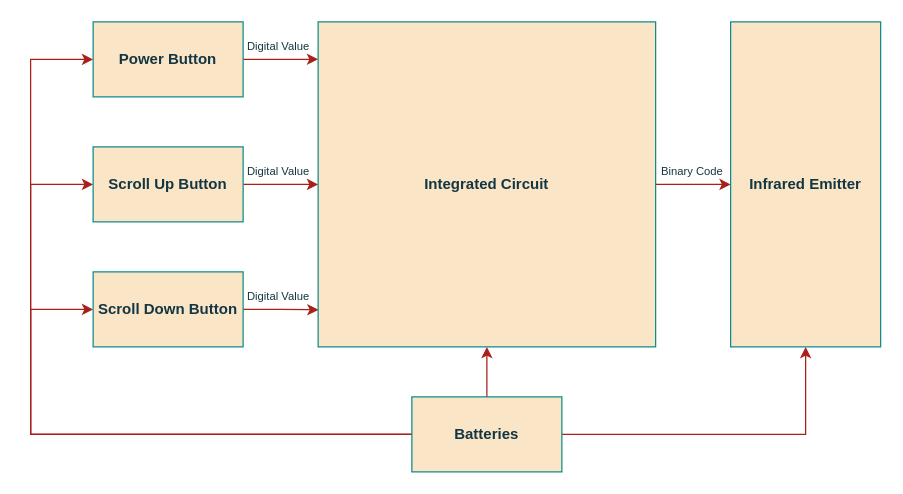
The draw.io diagram page "HW_Arch" (3 of 7) of tv_remote/problem_statement.drawio in ESRGgroup9/slipad, before the edit. Source tidied: cells renumbered, new cells numbered last; positions are measured from the earlier drawing's top-left corner, leaving out a move shared by most shapes. Both pictures are drawn from the tidied source at 125%, with x=0, y=0 at pixel (30, 21).
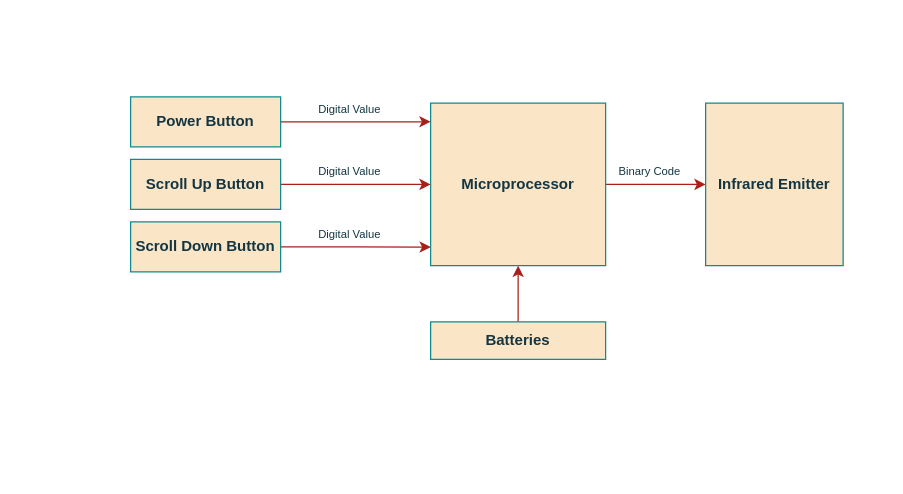
The same page after the edit.

What changed in the source:
```diff
@@
-    <mxCell id="2" style="edgeStyle=orthogonalEdgeStyle;rounded=0;jettySize=auto;html=1;exitX=1;exitY=0.5;exitDx=0;exitDy=0;entryX=0.5;entryY=1;entryDx=0;entryDy=0;labelBackgroundColor=#DAD2D8;strokeColor=#A8201A;fontColor=#143642;" parent="1" edge="1" source="7" target="12">
-      <mxGeometry relative="1" as="geometry" />
-    </mxCell>
-    <mxCell id="3" style="edgeStyle=orthogonalEdgeStyle;rounded=0;jettySize=auto;html=1;exitX=0;exitY=0.5;exitDx=0;exitDy=0;labelBackgroundColor=#DAD2D8;strokeColor=#A8201A;fontColor=#143642;" parent="1" edge="1" source="7" target="9">
-      <mxGeometry relative="1" as="geometry">
-        <Array as="points">
-          <mxPoint y="330" />
-          <mxPoint y="230" />
-        </Array>
-      </mxGeometry>
-    </mxCell>
@@
-    <mxCell id="5" style="edgeStyle=orthogonalEdgeStyle;rounded=0;jettySize=auto;html=1;exitX=0;exitY=0.5;exitDx=0;exitDy=0;entryX=0;entryY=0.5;entryDx=0;entryDy=0;labelBackgroundColor=#DAD2D8;strokeColor=#A8201A;fontColor=#143642;" parent="1" edge="1" source="7" target="14">
-      <mxGeometry relative="1" as="geometry">
-        <Array as="points">
-          <mxPoint y="330" />
-          <mxPoint y="130" />
-        </Array>
-      </mxGeometry>
-    </mxCell>
-    <mxCell id="6" style="edgeStyle=orthogonalEdgeStyle;rounded=0;jettySize=auto;html=1;exitX=0;exitY=0.5;exitDx=0;exitDy=0;entryX=0;entryY=0.5;entryDx=0;entryDy=0;labelBackgroundColor=#DAD2D8;strokeColor=#A8201A;fontColor=#143642;" parent="1" edge="1" source="7" target="16">
-      <mxGeometry relative="1" as="geometry">
-        <Array as="points">
-          <mxPoint y="330" />
-          <mxPoint y="30" />
-        </Array>
-      </mxGeometry>
-    </mxCell>
     <mxCell id="7" value="Batteries" style="rounded=0;whiteSpace=wrap;html=1;fillColor=#FAE5C7;strokeColor=#0F8B8D;fontColor=#143642;fontStyle=1;" parent="1" vertex="1">
-      <mxGeometry x="305" y="300" width="120" height="60" as="geometry" />
+      <mxGeometry x="320" y="240" width="140" height="30" as="geometry" />
     </mxCell>
@@
     <mxCell id="9" value="Scroll Down Button" style="rounded=0;whiteSpace=wrap;html=1;fillColor=#FAE5C7;strokeColor=#0F8B8D;fontColor=#143642;fontStyle=1;" parent="1" vertex="1">
-      <mxGeometry x="50" y="200" width="120" height="60" as="geometry" />
+      <mxGeometry x="80" y="160" width="120" height="40" as="geometry" />
     </mxCell>
@@
-    <mxCell id="11" value="Integrated Circuit" style="rounded=0;whiteSpace=wrap;html=1;fillColor=#FAE5C7;strokeColor=#0F8B8D;fontColor=#143642;fontStyle=1;" parent="1" vertex="1">
-      <mxGeometry x="230" width="270" height="260" as="geometry" />
+    <mxCell id="11" value="Microprocessor" style="rounded=0;whiteSpace=wrap;html=1;fillColor=#FAE5C7;strokeColor=#0F8B8D;fontColor=#143642;fontStyle=1;" parent="1" vertex="1">
+      <mxGeometry x="320" y="65" width="140" height="130" as="geometry" />
     </mxCell>
     <mxCell id="12" value="&lt;div&gt;Infrared Emitter&lt;/div&gt;" style="rounded=0;whiteSpace=wrap;html=1;fillColor=#FAE5C7;strokeColor=#0F8B8D;fontColor=#143642;fontStyle=1;" parent="1" vertex="1">
-      <mxGeometry x="560" width="120" height="260" as="geometry" />
+      <mxGeometry x="540" y="65" width="110" height="130" as="geometry" />
     </mxCell>
@@
     <mxCell id="14" value="Scroll Up Button" style="rounded=0;whiteSpace=wrap;html=1;fillColor=#FAE5C7;strokeColor=#0F8B8D;fontColor=#143642;fontStyle=1;" parent="1" vertex="1">
-      <mxGeometry x="50" y="100" width="120" height="60" as="geometry" />
+      <mxGeometry x="80" y="110" width="120" height="40" as="geometry" />
     </mxCell>
@@
     <mxCell id="16" value="&lt;div&gt;Power Button&lt;/div&gt;" style="rounded=0;whiteSpace=wrap;html=1;fillColor=#FAE5C7;strokeColor=#0F8B8D;fontColor=#143642;fontStyle=1;" parent="1" vertex="1">
-      <mxGeometry x="50" width="120" height="60" as="geometry" />
+      <mxGeometry x="80" y="60" width="120" height="40" as="geometry" />
     </mxCell>
     <mxCell id="17" value="Digital Value" style="text;html=1;align=center;verticalAlign=middle;strokeColor=none;fillColor=none;fontColor=#143642;fontSize=9;" parent="1" vertex="1">
-      <mxGeometry x="163" y="10" width="70" height="20" as="geometry" />
+      <mxGeometry x="220" y="60" width="70" height="20" as="geometry" />
     </mxCell>
     <mxCell id="18" value="Digital Value" style="text;html=1;align=center;verticalAlign=middle;strokeColor=none;fillColor=none;fontColor=#143642;fontSize=9;" parent="1" vertex="1">
-      <mxGeometry x="163" y="110" width="70" height="20" as="geometry" />
+      <mxGeometry x="220" y="110" width="70" height="20" as="geometry" />
     </mxCell>
     <mxCell id="19" value="Digital Value" style="text;html=1;align=center;verticalAlign=middle;strokeColor=none;fillColor=none;fontColor=#143642;fontSize=9;" parent="1" vertex="1">
-      <mxGeometry x="163" y="210" width="70" height="20" as="geometry" />
+      <mxGeometry x="220" y="160" width="70" height="20" as="geometry" />
     </mxCell>
     <mxCell id="20" value="Binary Code" style="text;html=1;align=center;verticalAlign=middle;strokeColor=none;fillColor=none;fontColor=#143642;fontSize=9;" parent="1" vertex="1">
-      <mxGeometry x="494" y="110" width="70" height="20" as="geometry" />
+      <mxGeometry x="460" y="110" width="70" height="20" as="geometry" />
     </mxCell>
```
